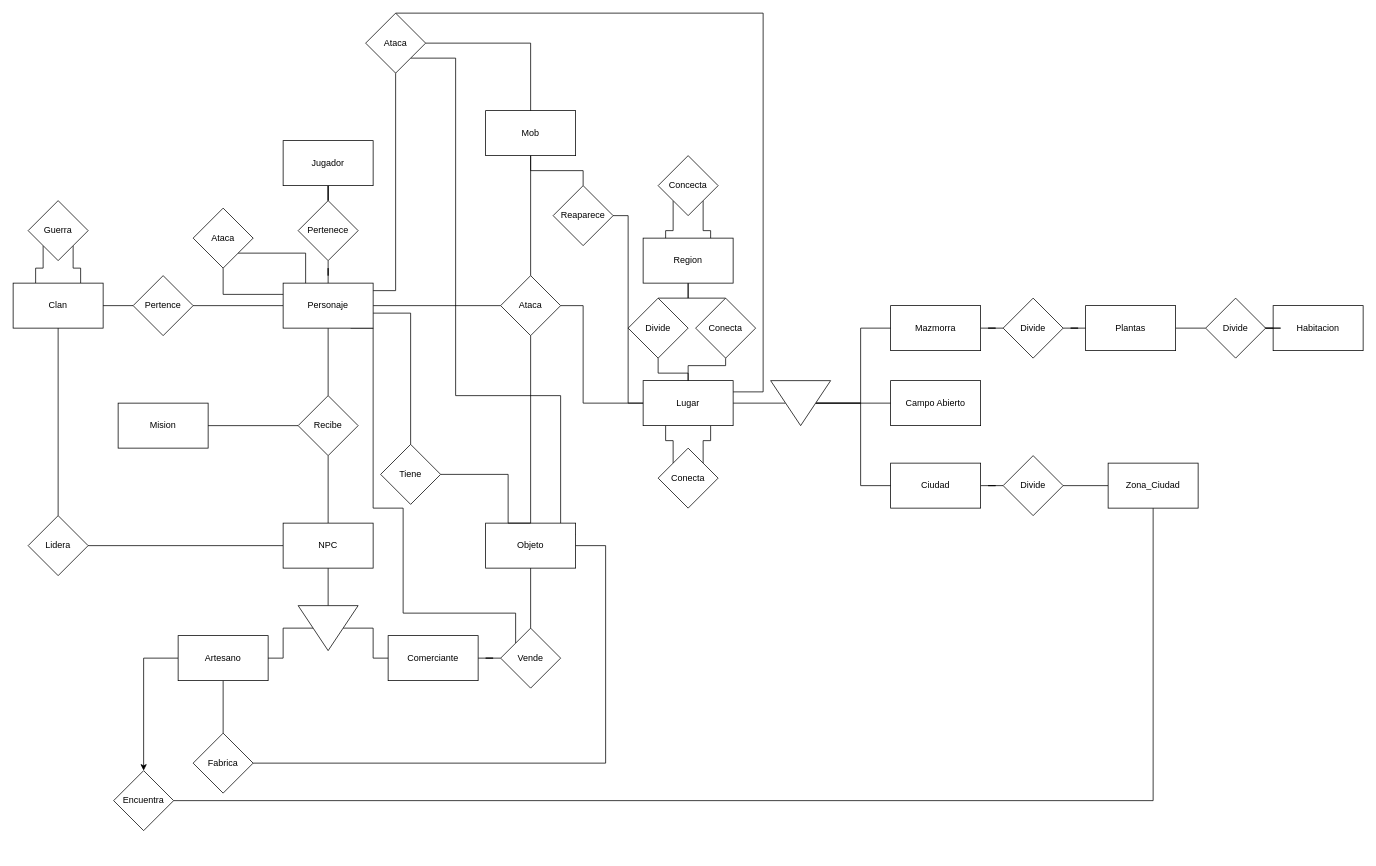
This is Base Datos/Diagramas ER/Proyecto BBDD sin atributos.drawio from Gotrufo-Eloy/Proyectos, a draw.io file, before an edit. Source tidied: cells renumbered, new cells numbered last; positions are measured from the earlier drawing's top-left corner, leaving out a move shared by most shapes. Both pictures are drawn from the tidied source at 75%, with x=0, y=0 at pixel (13, 13).
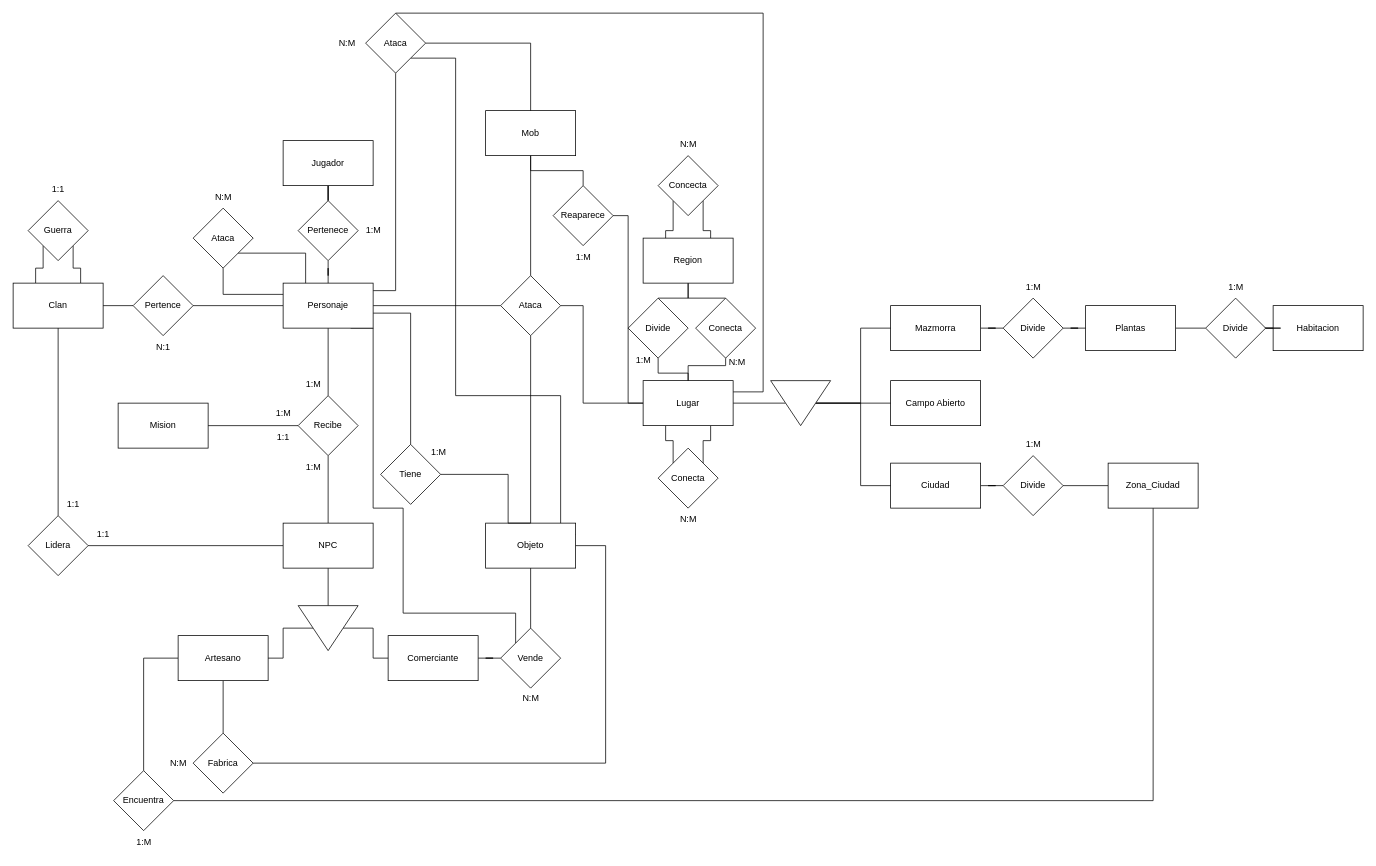
After the change.

Unchanged cells that the change refers to:
```xml
<mxCell id="40" value="Artesano" style="rounded=0;whiteSpace=wrap;html=1;" parent="1" vertex="1">
  <mxGeometry x="220" y="830" width="120" height="60" as="geometry" />
</mxCell>
<mxCell id="87" value="Encuentra" style="rhombus;whiteSpace=wrap;html=1;rounded=0;" parent="1" vertex="1">
  <mxGeometry x="134" y="1010" width="80" height="80" as="geometry" />
</mxCell>
```

What changed in the source:
```diff
@@
-    <mxCell id="39" style="edgeStyle=orthogonalEdgeStyle;rounded=0;jettySize=auto;html=1;" parent="1" edge="1" source="40" target="87">
+    <mxCell id="39" style="edgeStyle=orthogonalEdgeStyle;rounded=0;jettySize=auto;html=1;endArrow=none;endFill=0;" parent="1" edge="1" source="40" target="87">
       <mxGeometry relative="1" as="geometry" />
     </mxCell>
@@
+    <mxCell id="94" value="1:M" style="text;html=1;align=center;verticalAlign=middle;strokeColor=none;fillColor=none;" parent="1" vertex="1">
+      <mxGeometry x="340" y="518" width="40" height="30" as="geometry" />
+    </mxCell>
+    <mxCell id="95" value="1:M" style="text;html=1;align=center;verticalAlign=middle;strokeColor=none;fillColor=none;" parent="1" vertex="1">
+      <mxGeometry x="380" y="480" width="40" height="30" as="geometry" />
+    </mxCell>
+    <mxCell id="96" value="1:1" style="text;html=1;align=center;verticalAlign=middle;strokeColor=none;fillColor=none;" parent="1" vertex="1">
+      <mxGeometry x="340" y="550" width="40" height="30" as="geometry" />
+    </mxCell>
+    <mxCell id="97" value="1:M" style="text;html=1;align=center;verticalAlign=middle;strokeColor=none;fillColor=none;" parent="1" vertex="1">
+      <mxGeometry x="380" y="590" width="40" height="30" as="geometry" />
+    </mxCell>
+    <mxCell id="98" value="1:1" style="text;html=1;align=center;verticalAlign=middle;strokeColor=none;fillColor=none;" parent="1" vertex="1">
+      <mxGeometry x="100" y="680" width="40" height="30" as="geometry" />
+    </mxCell>
+    <mxCell id="99" value="1:1" style="text;html=1;align=center;verticalAlign=middle;strokeColor=none;fillColor=none;" parent="1" vertex="1">
+      <mxGeometry x="60" y="640" width="40" height="30" as="geometry" />
+    </mxCell>
+    <mxCell id="100" value="1:1" style="text;html=1;align=center;verticalAlign=middle;strokeColor=none;fillColor=none;" parent="1" vertex="1">
+      <mxGeometry x="40" y="220" width="40" height="30" as="geometry" />
+    </mxCell>
+    <mxCell id="101" value="N:M" style="text;html=1;align=center;verticalAlign=middle;strokeColor=none;fillColor=none;" parent="1" vertex="1">
+      <mxGeometry x="255" y="230" width="50" height="30" as="geometry" />
+    </mxCell>
+    <mxCell id="102" value="1:M" style="text;html=1;align=center;verticalAlign=middle;strokeColor=none;fillColor=none;" parent="1" vertex="1">
+      <mxGeometry x="460" y="275" width="40" height="30" as="geometry" />
+    </mxCell>
+    <mxCell id="103" value="1:M" style="text;html=1;align=center;verticalAlign=middle;strokeColor=none;fillColor=none;" parent="1" vertex="1">
+      <mxGeometry x="740" y="310" width="40" height="30" as="geometry" />
+    </mxCell>
+    <mxCell id="104" value="N:M" style="text;html=1;align=center;verticalAlign=middle;strokeColor=none;fillColor=none;" parent="1" vertex="1">
+      <mxGeometry x="875" y="160" width="50" height="30" as="geometry" />
+    </mxCell>
+    <mxCell id="105" value="N:M" style="text;html=1;align=center;verticalAlign=middle;strokeColor=none;fillColor=none;" parent="1" vertex="1">
+      <mxGeometry x="940" y="450" width="50" height="30" as="geometry" />
+    </mxCell>
+    <mxCell id="106" value="1:M" style="text;html=1;align=center;verticalAlign=middle;strokeColor=none;fillColor=none;" parent="1" vertex="1">
+      <mxGeometry x="820" y="448" width="40" height="30" as="geometry" />
+    </mxCell>
+    <mxCell id="107" value="1:M" style="text;html=1;align=center;verticalAlign=middle;strokeColor=none;fillColor=none;" parent="1" vertex="1">
+      <mxGeometry x="1340" y="560" width="40" height="30" as="geometry" />
+    </mxCell>
+    <mxCell id="108" value="1:M" style="text;html=1;align=center;verticalAlign=middle;strokeColor=none;fillColor=none;" parent="1" vertex="1">
+      <mxGeometry x="1340" y="350" width="40" height="30" as="geometry" />
+    </mxCell>
+    <mxCell id="109" value="1:M" style="text;html=1;align=center;verticalAlign=middle;strokeColor=none;fillColor=none;" parent="1" vertex="1">
+      <mxGeometry x="1610" y="350" width="40" height="30" as="geometry" />
+    </mxCell>
+    <mxCell id="110" value="1:M" style="text;html=1;align=center;verticalAlign=middle;strokeColor=none;fillColor=none;" parent="1" vertex="1">
+      <mxGeometry x="154" y="1090" width="40" height="30" as="geometry" />
+    </mxCell>
+    <mxCell id="111" value="N:M" style="text;html=1;align=center;verticalAlign=middle;strokeColor=none;fillColor=none;" parent="1" vertex="1">
+      <mxGeometry x="195" y="985" width="50" height="30" as="geometry" />
+    </mxCell>
+    <mxCell id="112" value="N:M" style="text;html=1;align=center;verticalAlign=middle;strokeColor=none;fillColor=none;" parent="1" vertex="1">
+      <mxGeometry x="665" y="898" width="50" height="30" as="geometry" />
+    </mxCell>
+    <mxCell id="113" value="1:M" style="text;html=1;align=center;verticalAlign=middle;strokeColor=none;fillColor=none;" parent="1" vertex="1">
+      <mxGeometry x="547" y="570" width="40" height="30" as="geometry" />
+    </mxCell>
+    <mxCell id="114" value="N:1" style="text;html=1;align=center;verticalAlign=middle;strokeColor=none;fillColor=none;" parent="1" vertex="1">
+      <mxGeometry x="180" y="430" width="40" height="30" as="geometry" />
+    </mxCell>
+    <mxCell id="115" value="N:M" style="text;html=1;align=center;verticalAlign=middle;strokeColor=none;fillColor=none;" parent="1" vertex="1">
+      <mxGeometry x="420" y="25" width="50" height="30" as="geometry" />
+    </mxCell>
+    <mxCell id="116" value="N:M" style="text;html=1;align=center;verticalAlign=middle;strokeColor=none;fillColor=none;" parent="1" vertex="1">
+      <mxGeometry x="875" y="660" width="50" height="30" as="geometry" />
+    </mxCell>
```
